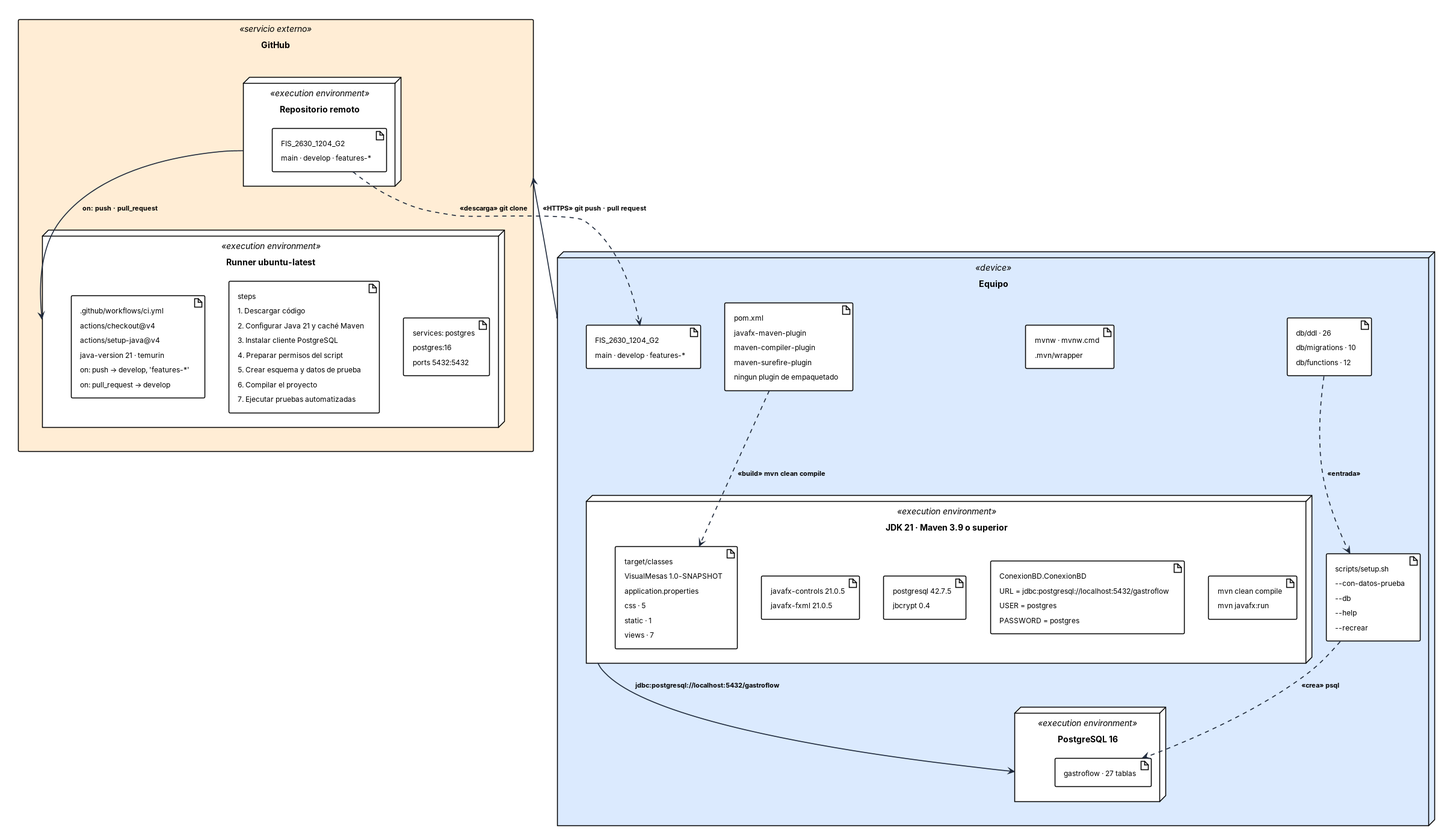
Before: docs/Imagenes/DiagramaDespliegue_Entorno.png, a diagram exported from PlantUML (puj-course/FIS_2630_1204_G2). Its source is kept beside it as docs/diagramas-fuente/DiagramaDespliegue_Entorno.puml.
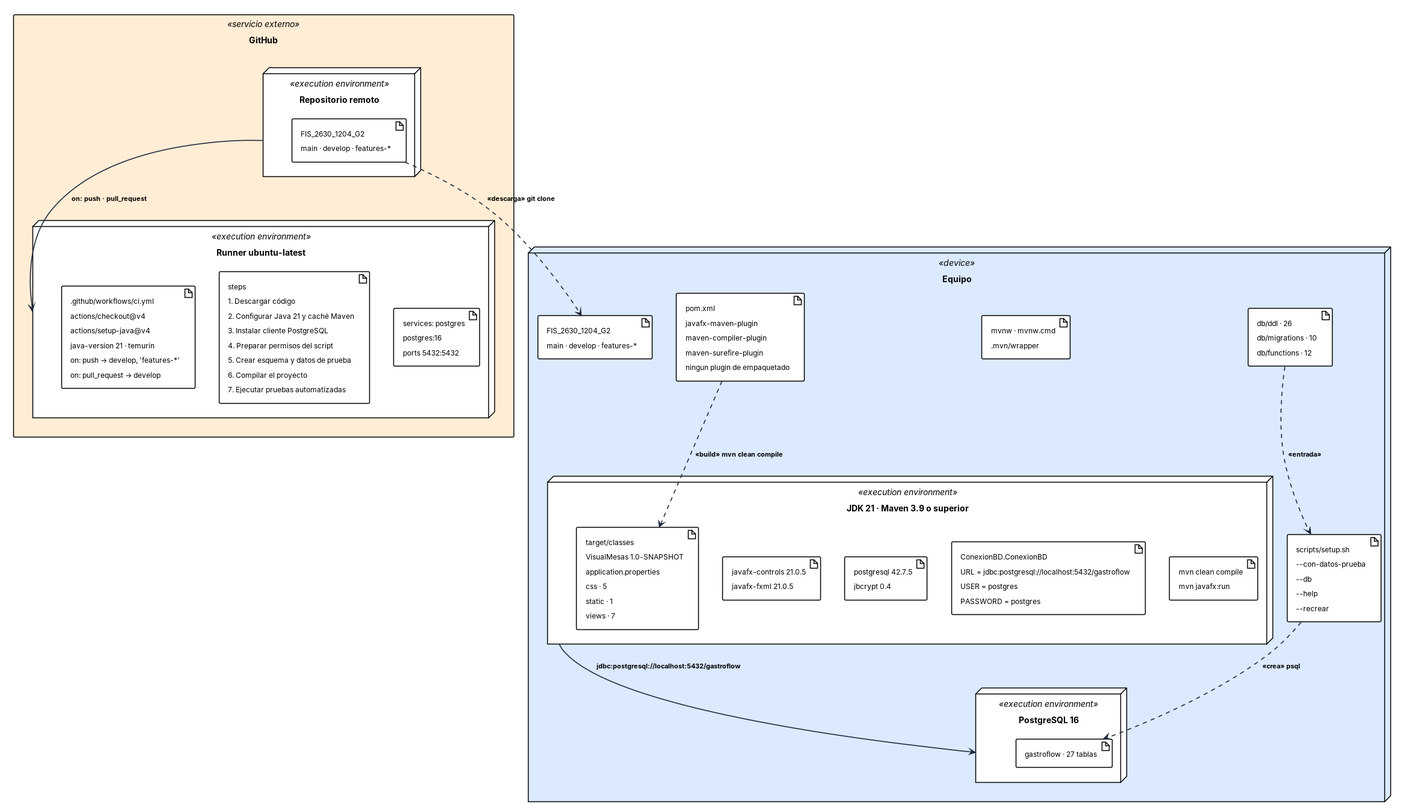
After the change.

Commit message:
docs: una sola flecha entre GitHub y el equipo, y apunta al equipo

Change to the diagram source:
```diff
@@ -58,5 +58,4 @@
   jvm -down-> pg : jdbc:postgresql://localhost:5432/gastroflow
 }
 a_repo ..> a_src : <<descarga>> git clone
-equipo -up-> github : <<HTTPS>> git push · pull request
 @enduml
```
